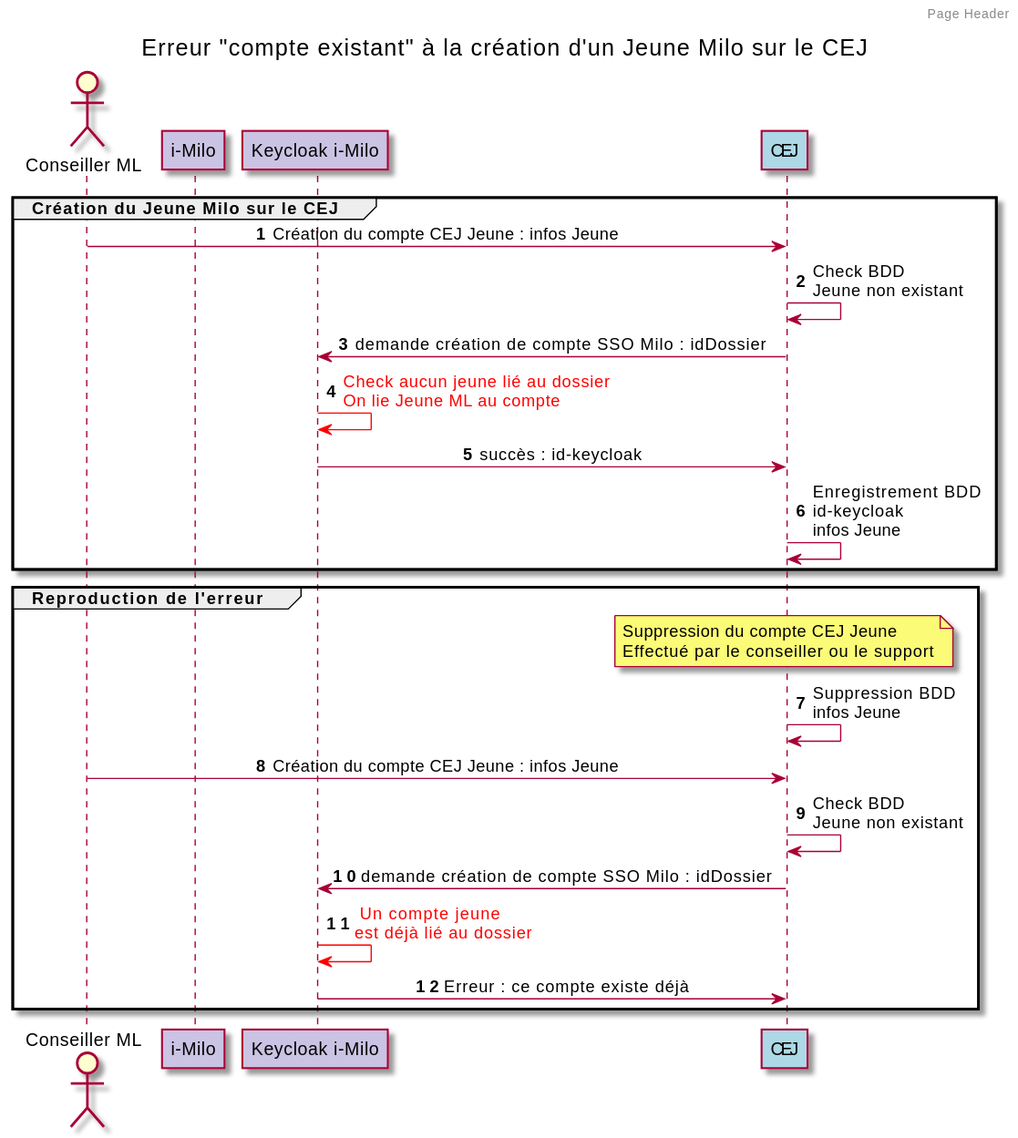
Before: docs/diagrammes/authentification-erreur-compte-existant.svg, a diagram exported from PlantUML (SocialGouv/pass-emploi-api).
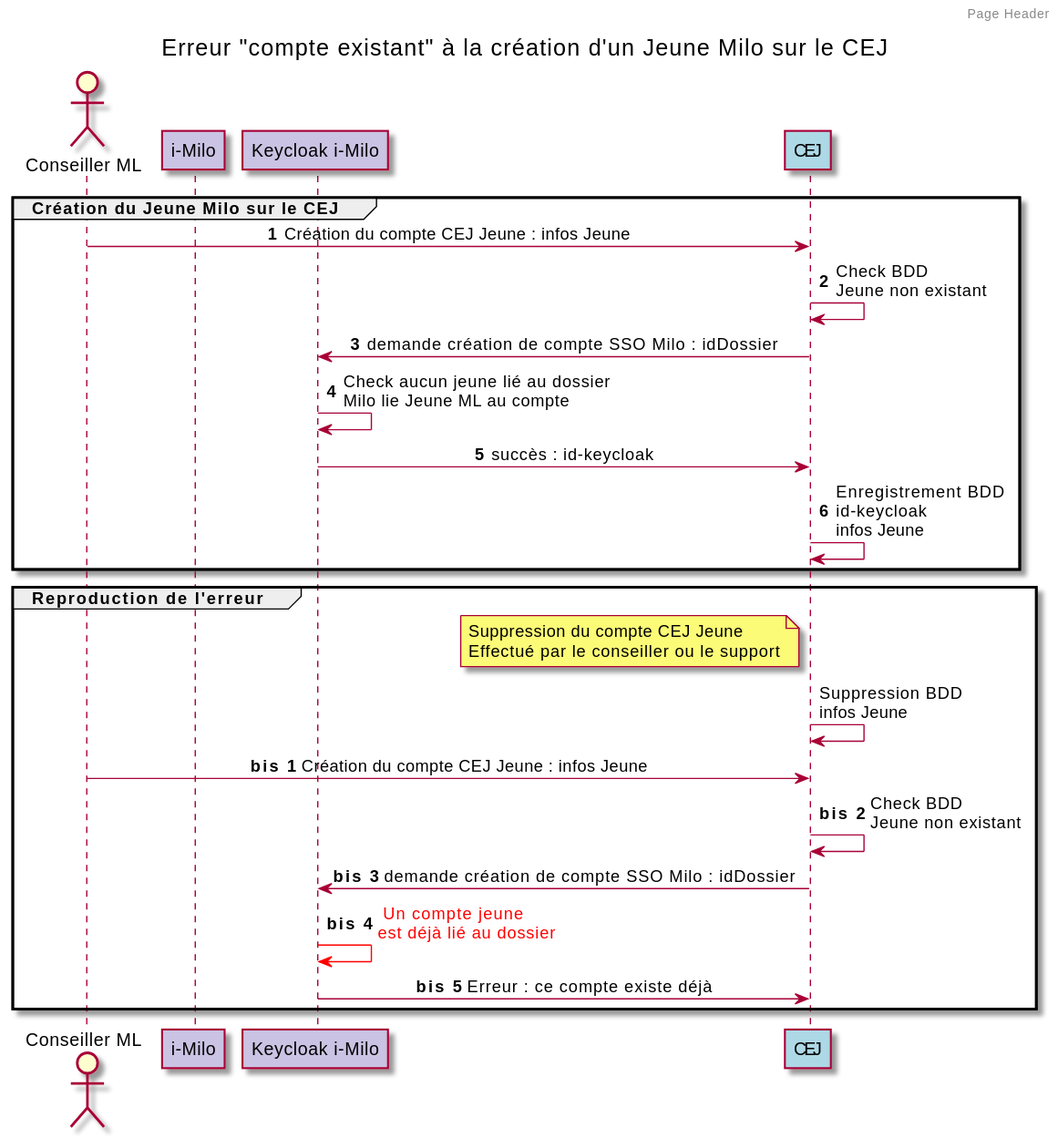
The same diagram one commit later.

What changed in the source:
```diff
@@ -20,7 +20,7 @@
 
 skinparam sequenceMessageAlign center
 cej -> kckMilo :demande création de compte SSO Milo : idDossier
-kckMilo -[#red]> kckMilo : <color:red>Check aucun jeune lié au dossier\n<color:red>On lie Jeune ML au compte
+kckMilo -> kckMilo : Check aucun jeune lié au dossier\nMilo lie Jeune ML au compte
 kckMilo -> cej : succès : id-keycloak
 
 skinparam sequenceMessageAlign left
@@ -28,8 +28,10 @@
 end
 
 group Reproduction de l'erreur
-note over  cej : Suppression du compte CEJ Jeune\nEffectué par le conseiller ou le support
+autonumber stop
+note left cej : Suppression du compte CEJ Jeune\nEffectué par le conseiller ou le support
 cej -> cej : Suppression BDD\ninfos Jeune
+autonumber "<b>bis "
 conseiller -> cej : Création du compte CEJ Jeune : infos Jeune
 skinparam sequenceMessageAlign left
 cej -> cej : Check BDD\nJeune non existant
```
